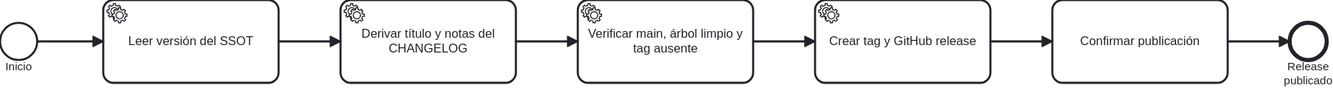
The BPMN diagram docs/atlas/render/80-publicar-release-as-is.svg in ArmandoMedina/jidoka, before a commit. Its source is kept beside it as docs/atlas/80-release/80-publicar-release-as-is.bpmn. Ids are renumbered. The source it was exported from:
```xml
<bpmn:definitions xmlns:bpmn="http://www.omg.org/spec/BPMN/20100524/MODEL" xmlns:bpmndi="http://www.omg.org/spec/BPMN/20100524/DI" xmlns:dc="http://www.omg.org/spec/DD/20100524/DC" xmlns:di="http://www.omg.org/spec/DD/20100524/DI" xmlns:xsi="http://www.w3.org/2001/XMLSchema-instance" id="Definitions_80_Publicar" targetNamespace="https://github.com/ArmandoMedina/jidoka/process-atlas" exporter="OpenAI BPMN Atlas Generator" exporterVersion="0.2" xmlns:modeler="http://camunda.org/schema/modeler/1.0" modeler:executionPlatform="Camunda Platform" modeler:executionPlatformVersion="7.18.0">
  <bpmn:process id="Process_PublicarRelease" name="Publicar una versión de Jidoka" isExecutable="false">
    <bpmn:documentation>Fuente: tools/publicar.ps1</bpmn:documentation>
    <bpmn:startEvent id="Start" name="Inicio">
      <bpmn:outgoing>F_Start_Task_LeerVersion</bpmn:outgoing>
    </bpmn:startEvent>
    <bpmn:serviceTask id="Task_LeerVersion" name="Leer versión del SSOT">
      <bpmn:incoming>F_Start_Task_LeerVersion</bpmn:incoming>
      <bpmn:outgoing>F_Task_LeerVersion_Task_Notas</bpmn:outgoing>
    </bpmn:serviceTask>
    <bpmn:sequenceFlow id="F_Start_Task_LeerVersion" sourceRef="Start" targetRef="Task_LeerVersion"/>
    <bpmn:serviceTask id="Task_Notas" name="Derivar título y notas del CHANGELOG">
      <bpmn:incoming>F_Task_LeerVersion_Task_Notas</bpmn:incoming>
      <bpmn:outgoing>F_Task_Notas_Task_Guardas</bpmn:outgoing>
    </bpmn:serviceTask>
    <bpmn:sequenceFlow id="F_Task_LeerVersion_Task_Notas" sourceRef="Task_LeerVersion" targetRef="Task_Notas"/>
    <bpmn:serviceTask id="Task_Guardas" name="Verificar main, árbol limpio y tag ausente">
      <bpmn:incoming>F_Task_Notas_Task_Guardas</bpmn:incoming>
      <bpmn:outgoing>F_Task_Guardas_Task_Release</bpmn:outgoing>
    </bpmn:serviceTask>
    <bpmn:sequenceFlow id="F_Task_Notas_Task_Guardas" sourceRef="Task_Notas" targetRef="Task_Guardas"/>
    <bpmn:serviceTask id="Task_Release" name="Crear tag y GitHub release">
      <bpmn:incoming>F_Task_Guardas_Task_Release</bpmn:incoming>
      <bpmn:outgoing>F_Task_Release_Task_Confirmar</bpmn:outgoing>
    </bpmn:serviceTask>
    <bpmn:sequenceFlow id="F_Task_Guardas_Task_Release" sourceRef="Task_Guardas" targetRef="Task_Release"/>
    <bpmn:task id="Task_Confirmar" name="Confirmar publicación">
      <bpmn:incoming>F_Task_Release_Task_Confirmar</bpmn:incoming>
      <bpmn:outgoing>F_Task_Confirmar_End</bpmn:outgoing>
    </bpmn:task>
    <bpmn:sequenceFlow id="F_Task_Release_Task_Confirmar" sourceRef="Task_Release" targetRef="Task_Confirmar"/>
    <bpmn:endEvent id="End" name="Release publicado">
      <bpmn:incoming>F_Task_Confirmar_End</bpmn:incoming>
    </bpmn:endEvent>
    <bpmn:sequenceFlow id="F_Task_Confirmar_End" sourceRef="Task_Confirmar" targetRef="End"/>
  </bpmn:process>
  <bpmndi:BPMNDiagram id="Diagram_80_Publicar">
    <bpmndi:BPMNPlane id="Plane_Diagram_80_Publicar" bpmnElement="Process_PublicarRelease">
      <bpmndi:BPMNShape id="Shape_Start" bpmnElement="Start">
        <dc:Bounds x="80" y="220" width="36" height="36"/>
      </bpmndi:BPMNShape>
      <bpmndi:BPMNShape id="Shape_Task_LeerVersion" bpmnElement="Task_LeerVersion">
        <dc:Bounds x="180" y="198" width="170" height="80"/>
      </bpmndi:BPMNShape>
      <bpmndi:BPMNEdge id="Edge_F_Start_Task_LeerVersion" bpmnElement="F_Start_Task_LeerVersion">
        <di:waypoint x="116" y="238"/>
        <di:waypoint x="180" y="238"/>
      </bpmndi:BPMNEdge>
      <bpmndi:BPMNShape id="Shape_Task_Notas" bpmnElement="Task_Notas">
        <dc:Bounds x="410" y="198" width="170" height="80"/>
      </bpmndi:BPMNShape>
      <bpmndi:BPMNEdge id="Edge_F_Task_LeerVersion_Task_Notas" bpmnElement="F_Task_LeerVersion_Task_Notas">
        <di:waypoint x="350" y="238"/>
        <di:waypoint x="410" y="238"/>
      </bpmndi:BPMNEdge>
      <bpmndi:BPMNShape id="Shape_Task_Guardas" bpmnElement="Task_Guardas">
        <dc:Bounds x="640" y="198" width="170" height="80"/>
      </bpmndi:BPMNShape>
      <bpmndi:BPMNEdge id="Edge_F_Task_Notas_Task_Guardas" bpmnElement="F_Task_Notas_Task_Guardas">
        <di:waypoint x="580" y="238"/>
        <di:waypoint x="640" y="238"/>
      </bpmndi:BPMNEdge>
      <bpmndi:BPMNShape id="Shape_Task_Release" bpmnElement="Task_Release">
        <dc:Bounds x="870" y="198" width="170" height="80"/>
      </bpmndi:BPMNShape>
      <bpmndi:BPMNEdge id="Edge_F_Task_Guardas_Task_Release" bpmnElement="F_Task_Guardas_Task_Release">
        <di:waypoint x="810" y="238"/>
        <di:waypoint x="870" y="238"/>
      </bpmndi:BPMNEdge>
      <bpmndi:BPMNShape id="Shape_Task_Confirmar" bpmnElement="Task_Confirmar">
        <dc:Bounds x="1100" y="198" width="170" height="80"/>
      </bpmndi:BPMNShape>
      <bpmndi:BPMNEdge id="Edge_F_Task_Release_Task_Confirmar" bpmnElement="F_Task_Release_Task_Confirmar">
        <di:waypoint x="1040" y="238"/>
        <di:waypoint x="1100" y="238"/>
      </bpmndi:BPMNEdge>
      <bpmndi:BPMNShape id="Shape_End" bpmnElement="End">
        <dc:Bounds x="1330" y="220" width="36" height="36"/>
      </bpmndi:BPMNShape>
      <bpmndi:BPMNEdge id="Edge_F_Task_Confirmar_End" bpmnElement="F_Task_Confirmar_End">
        <di:waypoint x="1270" y="238"/>
        <di:waypoint x="1330" y="238"/>
      </bpmndi:BPMNEdge>
    </bpmndi:BPMNPlane>
  </bpmndi:BPMNDiagram>
</bpmn:definitions>
```
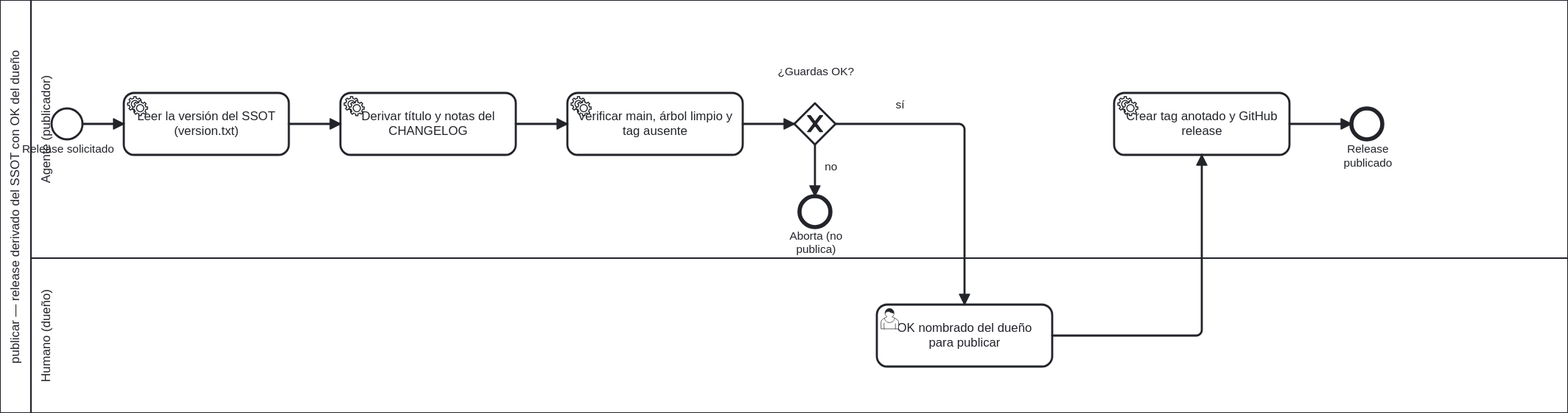
After the commit.

What changed in the source:
```diff
@@ -1,85 +1,142 @@
-<bpmn:definitions xmlns:bpmn="http://www.omg.org/spec/BPMN/20100524/MODEL" xmlns:bpmndi="http://www.omg.org/spec/BPMN/20100524/DI" xmlns:dc="http://www.omg.org/spec/DD/20100524/DC" xmlns:di="http://www.omg.org/spec/DD/20100524/DI" xmlns:xsi="http://www.w3.org/2001/XMLSchema-instance" id="Definitions_80_Publicar" targetNamespace="https://github.com/ArmandoMedina/jidoka/process-atlas" exporter="OpenAI BPMN Atlas Generator" exporterVersion="0.2" xmlns:modeler="http://camunda.org/schema/modeler/1.0" modeler:executionPlatform="Camunda Platform" modeler:executionPlatformVersion="7.18.0">
-  <bpmn:process id="Process_PublicarRelease" name="Publicar una versión de Jidoka" isExecutable="false">
-    <bpmn:documentation>Fuente: tools/publicar.ps1</bpmn:documentation>
-    <bpmn:startEvent id="Start" name="Inicio">
-      <bpmn:outgoing>F_Start_Task_LeerVersion</bpmn:outgoing>
+<bpmn:definitions xmlns:bpmn="http://www.omg.org/spec/BPMN/20100524/MODEL" xmlns:bpmndi="http://www.omg.org/spec/BPMN/20100524/DI" xmlns:dc="http://www.omg.org/spec/DD/20100524/DC" xmlns:di="http://www.omg.org/spec/DD/20100524/DI" xmlns:xsi="http://www.w3.org/2001/XMLSchema-instance" id="Definitions_80_Publicar" targetNamespace="https://github.com/ArmandoMedina/jidoka/process-atlas" exporter="Jidoka Atlas" exporterVersion="0.3" xmlns:modeler="http://camunda.org/schema/modeler/1.0" modeler:executionPlatform="Camunda Platform" modeler:executionPlatformVersion="7.18.0">
+  <bpmn:collaboration id="Collab_Publicar">
+    <bpmn:participant id="Pool_Publicar" name="publicar — release derivado del SSOT con OK del dueño" processRef="Process_PublicarRelease"/>
+  </bpmn:collaboration>
+  <bpmn:process id="Process_PublicarRelease" name="publicar el release: derivar del SSOT, guardas y OK del dueño" isExecutable="false">
+    <bpmn:documentation>Fuente: tools/publicar.ps1. Carriles: el Agente deriva y corta el release; el push a GitHub espera el OK nombrado del Humano.</bpmn:documentation>
+    <bpmn:laneSet id="LaneSet_Publicar">
+      <bpmn:lane id="Lane_Agente" name="Agente (publicador)">
+        <bpmn:flowNodeRef>Start</bpmn:flowNodeRef>
+        <bpmn:flowNodeRef>T_LeerVersion</bpmn:flowNodeRef>
+        <bpmn:flowNodeRef>T_Notas</bpmn:flowNodeRef>
+        <bpmn:flowNodeRef>T_Guardas</bpmn:flowNodeRef>
+        <bpmn:flowNodeRef>Gw_Guardas</bpmn:flowNodeRef>
+        <bpmn:flowNodeRef>T_Release</bpmn:flowNodeRef>
+        <bpmn:flowNodeRef>End</bpmn:flowNodeRef>
+        <bpmn:flowNodeRef>End_Abort</bpmn:flowNodeRef>
+      </bpmn:lane>
+      <bpmn:lane id="Lane_Humano" name="Humano (dueño)">
+        <bpmn:flowNodeRef>U_Confirmar</bpmn:flowNodeRef>
+      </bpmn:lane>
+    </bpmn:laneSet>
+    <bpmn:startEvent id="Start" name="Release solicitado">
+      <bpmn:outgoing>f1</bpmn:outgoing>
     </bpmn:startEvent>
-    <bpmn:serviceTask id="Task_LeerVersion" name="Leer versión del SSOT">
-      <bpmn:incoming>F_Start_Task_LeerVersion</bpmn:incoming>
-      <bpmn:outgoing>F_Task_LeerVersion_Task_Notas</bpmn:outgoing>
+    <bpmn:serviceTask id="T_LeerVersion" name="Leer la versión del SSOT (version.txt)">
+      <bpmn:incoming>f1</bpmn:incoming>
+      <bpmn:outgoing>f2</bpmn:outgoing>
     </bpmn:serviceTask>
-    <bpmn:sequenceFlow id="F_Start_Task_LeerVersion" sourceRef="Start" targetRef="Task_LeerVersion"/>
-    <bpmn:serviceTask id="Task_Notas" name="Derivar título y notas del CHANGELOG">
-      <bpmn:incoming>F_Task_LeerVersion_Task_Notas</bpmn:incoming>
-      <bpmn:outgoing>F_Task_Notas_Task_Guardas</bpmn:outgoing>
+    <bpmn:serviceTask id="T_Notas" name="Derivar título y notas del CHANGELOG">
+      <bpmn:incoming>f2</bpmn:incoming>
+      <bpmn:outgoing>f3</bpmn:outgoing>
     </bpmn:serviceTask>
-    <bpmn:sequenceFlow id="F_Task_LeerVersion_Task_Notas" sourceRef="Task_LeerVersion" targetRef="Task_Notas"/>
-    <bpmn:serviceTask id="Task_Guardas" name="Verificar main, árbol limpio y tag ausente">
-      <bpmn:incoming>F_Task_Notas_Task_Guardas</bpmn:incoming>
-      <bpmn:outgoing>F_Task_Guardas_Task_Release</bpmn:outgoing>
+    <bpmn:serviceTask id="T_Guardas" name="Verificar main, árbol limpio y tag ausente">
+      <bpmn:incoming>f3</bpmn:incoming>
+      <bpmn:outgoing>f4</bpmn:outgoing>
     </bpmn:serviceTask>
-    <bpmn:sequenceFlow id="F_Task_Notas_Task_Guardas" sourceRef="Task_Notas" targetRef="Task_Guardas"/>
-    <bpmn:serviceTask id="Task_Release" name="Crear tag y GitHub release">
-      <bpmn:incoming>F_Task_Guardas_Task_Release</bpmn:incoming>
-      <bpmn:outgoing>F_Task_Release_Task_Confirmar</bpmn:outgoing>
+    <bpmn:exclusiveGateway id="Gw_Guardas" name="¿Guardas OK?">
+      <bpmn:incoming>f4</bpmn:incoming>
+      <bpmn:outgoing>f_no</bpmn:outgoing>
+      <bpmn:outgoing>f_si</bpmn:outgoing>
+    </bpmn:exclusiveGateway>
+    <bpmn:endEvent id="End_Abort" name="Aborta (no publica)">
+      <bpmn:incoming>f_no</bpmn:incoming>
+    </bpmn:endEvent>
+    <bpmn:userTask id="U_Confirmar" name="OK nombrado del dueño para publicar">
+      <bpmn:incoming>f_si</bpmn:incoming>
+      <bpmn:outgoing>f_conf_rel</bpmn:outgoing>
+    </bpmn:userTask>
+    <bpmn:serviceTask id="T_Release" name="Crear tag anotado y GitHub release">
+      <bpmn:incoming>f_conf_rel</bpmn:incoming>
+      <bpmn:outgoing>f_rel_end</bpmn:outgoing>
     </bpmn:serviceTask>
-    <bpmn:sequenceFlow id="F_Task_Guardas_Task_Release" sourceRef="Task_Guardas" targetRef="Task_Release"/>
-    <bpmn:task id="Task_Confirmar" name="Confirmar publicación">
-      <bpmn:incoming>F_Task_Release_Task_Confirmar</bpmn:incoming>
-      <bpmn:outgoing>F_Task_Confirmar_End</bpmn:outgoing>
-    </bpmn:task>
-    <bpmn:sequenceFlow id="F_Task_Release_Task_Confirmar" sourceRef="Task_Release" targetRef="Task_Confirmar"/>
     <bpmn:endEvent id="End" name="Release publicado">
-      <bpmn:incoming>F_Task_Confirmar_End</bpmn:incoming>
+      <bpmn:incoming>f_rel_end</bpmn:incoming>
     </bpmn:endEvent>
-    <bpmn:sequenceFlow id="F_Task_Confirmar_End" sourceRef="Task_Confirmar" targetRef="End"/>
+    <bpmn:sequenceFlow id="f1" sourceRef="Start" targetRef="T_LeerVersion"/>
+    <bpmn:sequenceFlow id="f2" sourceRef="T_LeerVersion" targetRef="T_Notas"/>
+    <bpmn:sequenceFlow id="f3" sourceRef="T_Notas" targetRef="T_Guardas"/>
+    <bpmn:sequenceFlow id="f4" sourceRef="T_Guardas" targetRef="Gw_Guardas"/>
+    <bpmn:sequenceFlow id="f_no" name="no" sourceRef="Gw_Guardas" targetRef="End_Abort"/>
+    <bpmn:sequenceFlow id="f_si" name="sí" sourceRef="Gw_Guardas" targetRef="U_Confirmar"/>
+    <bpmn:sequenceFlow id="f_conf_rel" sourceRef="U_Confirmar" targetRef="T_Release"/>
+    <bpmn:sequenceFlow id="f_rel_end" sourceRef="T_Release" targetRef="End"/>
   </bpmn:process>
   <bpmndi:BPMNDiagram id="Diagram_80_Publicar">
-    <bpmndi:BPMNPlane id="Plane_Diagram_80_Publicar" bpmnElement="Process_PublicarRelease">
-      <bpmndi:BPMNShape id="Shape_Start" bpmnElement="Start">
-        <dc:Bounds x="80" y="220" width="36" height="36"/>
+    <bpmndi:BPMNPlane id="Plane_80_Publicar" bpmnElement="Collab_Publicar">
+      <bpmndi:BPMNShape id="S_Pool" bpmnElement="Pool_Publicar" isHorizontal="true">
+        <dc:Bounds x="160" y="80" width="1520" height="400"/>
       </bpmndi:BPMNShape>
-      <bpmndi:BPMNShape id="Shape_Task_LeerVersion" bpmnElement="Task_LeerVersion">
-        <dc:Bounds x="180" y="198" width="170" height="80"/>
+      <bpmndi:BPMNShape id="S_LaneA" bpmnElement="Lane_Agente" isHorizontal="true">
+        <dc:Bounds x="190" y="80" width="1490" height="250"/>
       </bpmndi:BPMNShape>
-      <bpmndi:BPMNEdge id="Edge_F_Start_Task_LeerVersion" bpmnElement="F_Start_Task_LeerVersion">
-        <di:waypoint x="116" y="238"/>
-        <di:waypoint x="180" y="238"/>
+      <bpmndi:BPMNShape id="S_LaneH" bpmnElement="Lane_Humano" isHorizontal="true">
+        <dc:Bounds x="190" y="330" width="1490" height="150"/>
+      </bpmndi:BPMNShape>
+      <bpmndi:BPMNShape id="S_Start" bpmnElement="Start">
+        <dc:Bounds x="210" y="185" width="30" height="30"/>
+        <bpmndi:BPMNLabel><dc:Bounds x="194" y="218" width="64" height="27"/></bpmndi:BPMNLabel>
+      </bpmndi:BPMNShape>
+      <bpmndi:BPMNShape id="S_TLeerVersion" bpmnElement="T_LeerVersion">
+        <dc:Bounds x="280" y="170" width="160" height="60"/>
+      </bpmndi:BPMNShape>
+      <bpmndi:BPMNShape id="S_TNotas" bpmnElement="T_Notas">
+        <dc:Bounds x="490" y="170" width="170" height="60"/>
+      </bpmndi:BPMNShape>
+      <bpmndi:BPMNShape id="S_TGuardas" bpmnElement="T_Guardas">
+        <dc:Bounds x="710" y="170" width="170" height="60"/>
+      </bpmndi:BPMNShape>
+      <bpmndi:BPMNShape id="S_GwGuardas" bpmnElement="Gw_Guardas" isMarkerVisible="true">
+        <dc:Bounds x="930" y="180" width="40" height="40"/>
+        <bpmndi:BPMNLabel><dc:Bounds x="918" y="143" width="66" height="27"/></bpmndi:BPMNLabel>
+      </bpmndi:BPMNShape>
+      <bpmndi:BPMNShape id="S_EndAbort" bpmnElement="End_Abort">
+        <dc:Bounds x="935" y="270" width="30" height="30"/>
+        <bpmndi:BPMNLabel><dc:Bounds x="910" y="302" width="82" height="27"/></bpmndi:BPMNLabel>
+      </bpmndi:BPMNShape>
+      <bpmndi:BPMNShape id="S_UConfirmar" bpmnElement="U_Confirmar">
+        <dc:Bounds x="1010" y="375" width="170" height="60"/>
+      </bpmndi:BPMNShape>
+      <bpmndi:BPMNShape id="S_TRelease" bpmnElement="T_Release">
+        <dc:Bounds x="1240" y="170" width="170" height="60"/>
+      </bpmndi:BPMNShape>
+      <bpmndi:BPMNShape id="S_End" bpmnElement="End">
+        <dc:Bounds x="1470" y="185" width="30" height="30"/>
+        <bpmndi:BPMNLabel><dc:Bounds x="1448" y="218" width="76" height="14"/></bpmndi:BPMNLabel>
+      </bpmndi:BPMNShape>
+      <bpmndi:BPMNEdge id="E_f1" bpmnElement="f1">
+        <di:waypoint x="240" y="200"/>
+        <di:waypoint x="280" y="200"/>
       </bpmndi:BPMNEdge>
-      <bpmndi:BPMNShape id="Shape_Task_Notas" bpmnElement="Task_Notas">
-        <dc:Bounds x="410" y="198" width="170" height="80"/>
-      </bpmndi:BPMNShape>
-      <bpmndi:BPMNEdge id="Edge_F_Task_LeerVersion_Task_Notas" bpmnElement="F_Task_LeerVersion_Task_Notas">
-        <di:waypoint x="350" y="238"/>
-        <di:waypoint x="410" y="238"/>
+      <bpmndi:BPMNEdge id="E_f2" bpmnElement="f2">
+        <di:waypoint x="440" y="200"/>
+        <di:waypoint x="490" y="200"/>
       </bpmndi:BPMNEdge>
-      <bpmndi:BPMNShape id="Shape_Task_Guardas" bpmnElement="Task_Guardas">
-        <dc:Bounds x="640" y="198" width="170" height="80"/>
-      </bpmndi:BPMNShape>
-      <bpmndi:BPMNEdge id="Edge_F_Task_Notas_Task_Guardas" bpmnElement="F_Task_Notas_Task_Guardas">
-        <di:waypoint x="580" y="238"/>
-        <di:waypoint x="640" y="238"/>
+      <bpmndi:BPMNEdge id="E_f3" bpmnElement="f3">
+        <di:waypoint x="660" y="200"/>
+        <di:waypoint x="710" y="200"/>
       </bpmndi:BPMNEdge>
-      <bpmndi:BPMNShape id="Shape_Task_Release" bpmnElement="Task_Release">
-        <dc:Bounds x="870" y="198" width="170" height="80"/>
-      </bpmndi:BPMNShape>
-      <bpmndi:BPMNEdge id="Edge_F_Task_Guardas_Task_Release" bpmnElement="F_Task_Guardas_Task_Release">
-        <di:waypoint x="810" y="238"/>
-        <di:waypoint x="870" y="238"/>
+      <bpmndi:BPMNEdge id="E_f4" bpmnElement="f4">
+        <di:waypoint x="880" y="200"/>
+        <di:waypoint x="930" y="200"/>
       </bpmndi:BPMNEdge>
-      <bpmndi:BPMNShape id="Shape_Task_Confirmar" bpmnElement="Task_Confirmar">
-        <dc:Bounds x="1100" y="198" width="170" height="80"/>
-      </bpmndi:BPMNShape>
-      <bpmndi:BPMNEdge id="Edge_F_Task_Release_Task_Confirmar" bpmnElement="F_Task_Release_Task_Confirmar">
-        <di:waypoint x="1040" y="238"/>
-        <di:waypoint x="1100" y="238"/>
+      <bpmndi:BPMNEdge id="E_f_no" bpmnElement="f_no">
+        <di:waypoint x="950" y="220"/>
+        <di:waypoint x="950" y="270"/>
       </bpmndi:BPMNEdge>
-      <bpmndi:BPMNShape id="Shape_End" bpmnElement="End">
-        <dc:Bounds x="1330" y="220" width="36" height="36"/>
-      </bpmndi:BPMNShape>
-      <bpmndi:BPMNEdge id="Edge_F_Task_Confirmar_End" bpmnElement="F_Task_Confirmar_End">
-        <di:waypoint x="1270" y="238"/>
-        <di:waypoint x="1330" y="238"/>
+      <bpmndi:BPMNEdge id="E_f_si" bpmnElement="f_si">
+        <di:waypoint x="970" y="200"/>
+        <di:waypoint x="1095" y="200"/>
+        <di:waypoint x="1095" y="375"/>
+      </bpmndi:BPMNEdge>
+      <bpmndi:BPMNEdge id="E_f_conf_rel" bpmnElement="f_conf_rel">
+        <di:waypoint x="1180" y="405"/>
+        <di:waypoint x="1325" y="405"/>
+        <di:waypoint x="1325" y="230"/>
+      </bpmndi:BPMNEdge>
+      <bpmndi:BPMNEdge id="E_f_rel_end" bpmnElement="f_rel_end">
+        <di:waypoint x="1410" y="200"/>
+        <di:waypoint x="1470" y="200"/>
       </bpmndi:BPMNEdge>
     </bpmndi:BPMNPlane>
   </bpmndi:BPMNDiagram>
```
